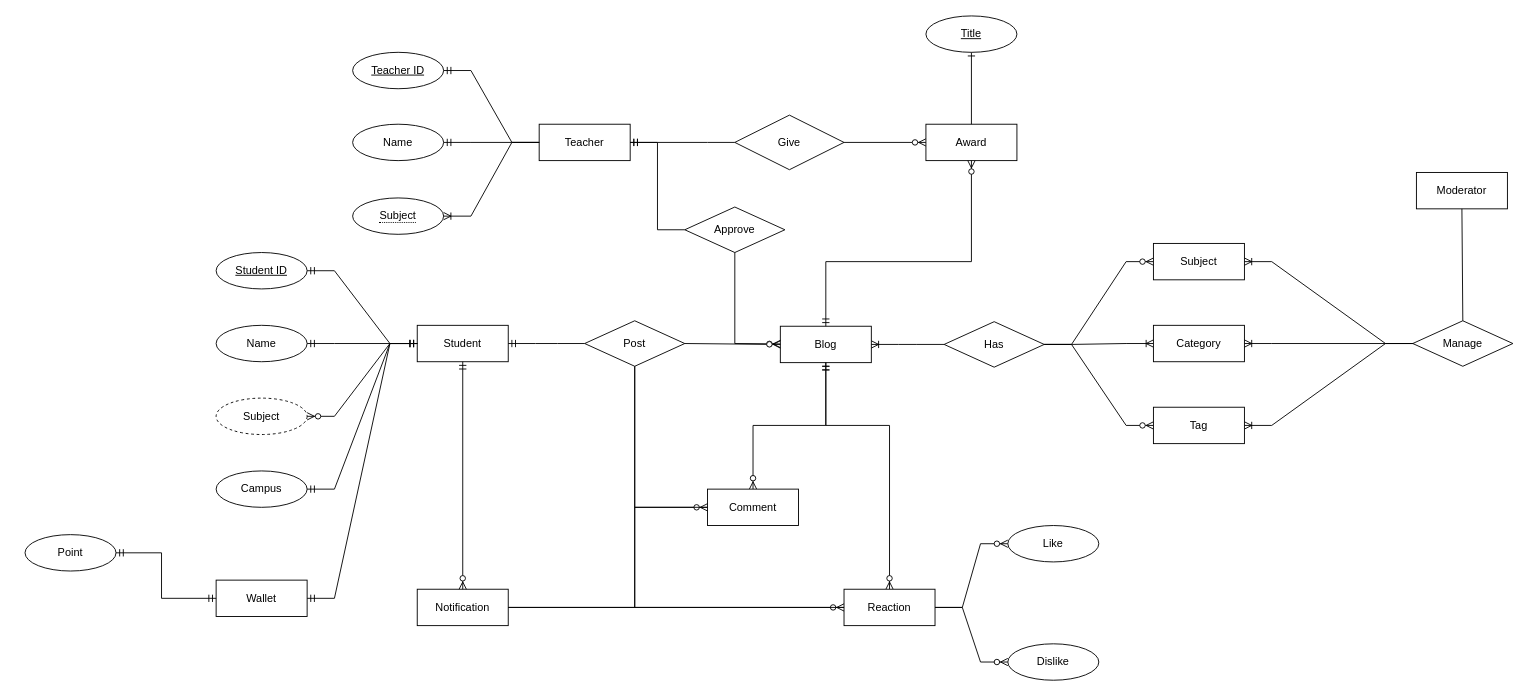
This is Document/ERD/erd.drawio from WaveInf/SWP391_AcademicBlog, a draw.io file, before an edit. Source tidied: cells renumbered, new cells numbered last; positions are measured from the earlier drawing's top-left corner, leaving out a move shared by most shapes. Both pictures are drawn from the tidied source at 91%, with x=0, y=0 at pixel (25, 15).
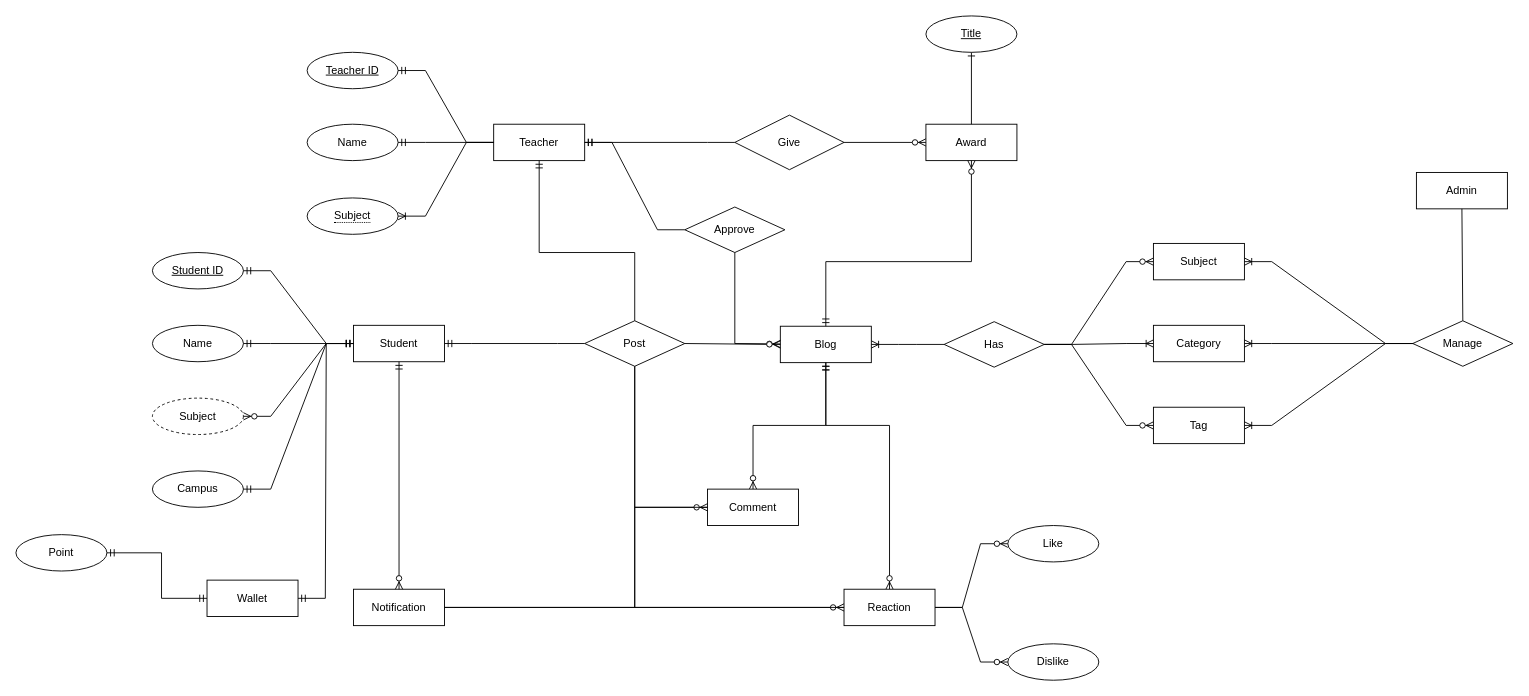
The same diagram, later.

The change refers to these unchanged cells:
```xml
<mxCell id="15" value="Post" style="shape=rhombus;perimeter=rhombusPerimeter;whiteSpace=wrap;html=1;align=center;" parent="1" vertex="1">
  <mxGeometry x="615" y="335" width="110" height="50" as="geometry" />
</mxCell>
```

Change to the diagram source:
```diff
@@
     <mxCell id="2" value="Student" style="whiteSpace=wrap;html=1;align=center;" parent="1" vertex="1">
-      <mxGeometry x="431" y="340" width="100" height="40" as="geometry" />
+      <mxGeometry x="361" y="340" width="100" height="40" as="geometry" />
     </mxCell>
     <mxCell id="3" value="Teacher" style="whiteSpace=wrap;html=1;align=center;" parent="1" vertex="1">
-      <mxGeometry x="565" y="119" width="100" height="40" as="geometry" />
+      <mxGeometry x="515" y="119" width="100" height="40" as="geometry" />
     </mxCell>
-    <mxCell id="4" value="Moderator" style="whiteSpace=wrap;html=1;align=center;" parent="1" vertex="1">
+    <mxCell id="4" value="Admin" style="whiteSpace=wrap;html=1;align=center;" parent="1" vertex="1">
       <mxGeometry x="1529" y="172" width="100" height="40" as="geometry" />
     </mxCell>
@@
     <mxCell id="7" value="Student ID" style="ellipse;whiteSpace=wrap;html=1;align=center;fontStyle=4;" parent="1" vertex="1">
-      <mxGeometry x="210" y="260" width="100" height="40" as="geometry" />
+      <mxGeometry x="140" y="260" width="100" height="40" as="geometry" />
     </mxCell>
     <mxCell id="8" value="Name" style="ellipse;whiteSpace=wrap;html=1;align=center;" parent="1" vertex="1">
-      <mxGeometry x="210" y="340" width="100" height="40" as="geometry" />
+      <mxGeometry x="140" y="340" width="100" height="40" as="geometry" />
     </mxCell>
@@
     <mxCell id="11" value="Teacher ID" style="ellipse;whiteSpace=wrap;html=1;align=center;fontStyle=4;" parent="1" vertex="1">
-      <mxGeometry x="360" y="40" width="100" height="40" as="geometry" />
+      <mxGeometry x="310" y="40" width="100" height="40" as="geometry" />
     </mxCell>
     <mxCell id="12" value="Name" style="ellipse;whiteSpace=wrap;html=1;align=center;" parent="1" vertex="1">
-      <mxGeometry x="360" y="119" width="100" height="40" as="geometry" />
+      <mxGeometry x="310" y="119" width="100" height="40" as="geometry" />
     </mxCell>
     <mxCell id="13" value="Subject" style="ellipse;whiteSpace=wrap;html=1;align=center;dashed=1;" parent="1" vertex="1">
-      <mxGeometry x="210" y="420" width="100" height="40" as="geometry" />
+      <mxGeometry x="140" y="420" width="100" height="40" as="geometry" />
     </mxCell>
     <mxCell id="14" value="&lt;span style=&quot;border-bottom: 1px dotted&quot;&gt;Subject&lt;/span&gt;" style="ellipse;whiteSpace=wrap;html=1;align=center;" parent="1" vertex="1">
-      <mxGeometry x="360" y="200" width="100" height="40" as="geometry" />
+      <mxGeometry x="310" y="200" width="100" height="40" as="geometry" />
     </mxCell>
@@
     <mxCell id="48" value="Wallet" style="whiteSpace=wrap;html=1;align=center;" parent="1" vertex="1">
-      <mxGeometry x="210" y="620" width="100" height="40" as="geometry" />
+      <mxGeometry x="200" y="620" width="100" height="40" as="geometry" />
     </mxCell>
@@
     <mxCell id="50" value="Point" style="ellipse;whiteSpace=wrap;html=1;align=center;" parent="1" vertex="1">
-      <mxGeometry y="570" width="100" height="40" as="geometry" />
+      <mxGeometry x="-10" y="570" width="100" height="40" as="geometry" />
     </mxCell>
@@
     <mxCell id="56" value="Campus" style="ellipse;whiteSpace=wrap;html=1;align=center;" parent="1" vertex="1">
-      <mxGeometry x="210" y="500" width="100" height="40" as="geometry" />
+      <mxGeometry x="140" y="500" width="100" height="40" as="geometry" />
     </mxCell>
@@
     <mxCell id="59" value="Notification" style="whiteSpace=wrap;html=1;align=center;" parent="1" vertex="1">
-      <mxGeometry x="431" y="630" width="100" height="40" as="geometry" />
+      <mxGeometry x="361" y="630" width="100" height="40" as="geometry" />
     </mxCell>
@@
+    <mxCell id="64" style="fontSize=12;html=1;endArrow=ERmandOne;rounded=0;entryX=0.5;entryY=1;entryDx=0;entryDy=0;exitX=0.5;exitY=0;exitDx=0;exitDy=0;" parent="1" edge="1" source="15" target="3">
+      <mxGeometry relative="1" as="geometry">
+        <Array as="points">
+          <mxPoint x="670" y="260" />
+          <mxPoint x="565" y="260" />
+        </Array>
+      </mxGeometry>
+    </mxCell>
```
